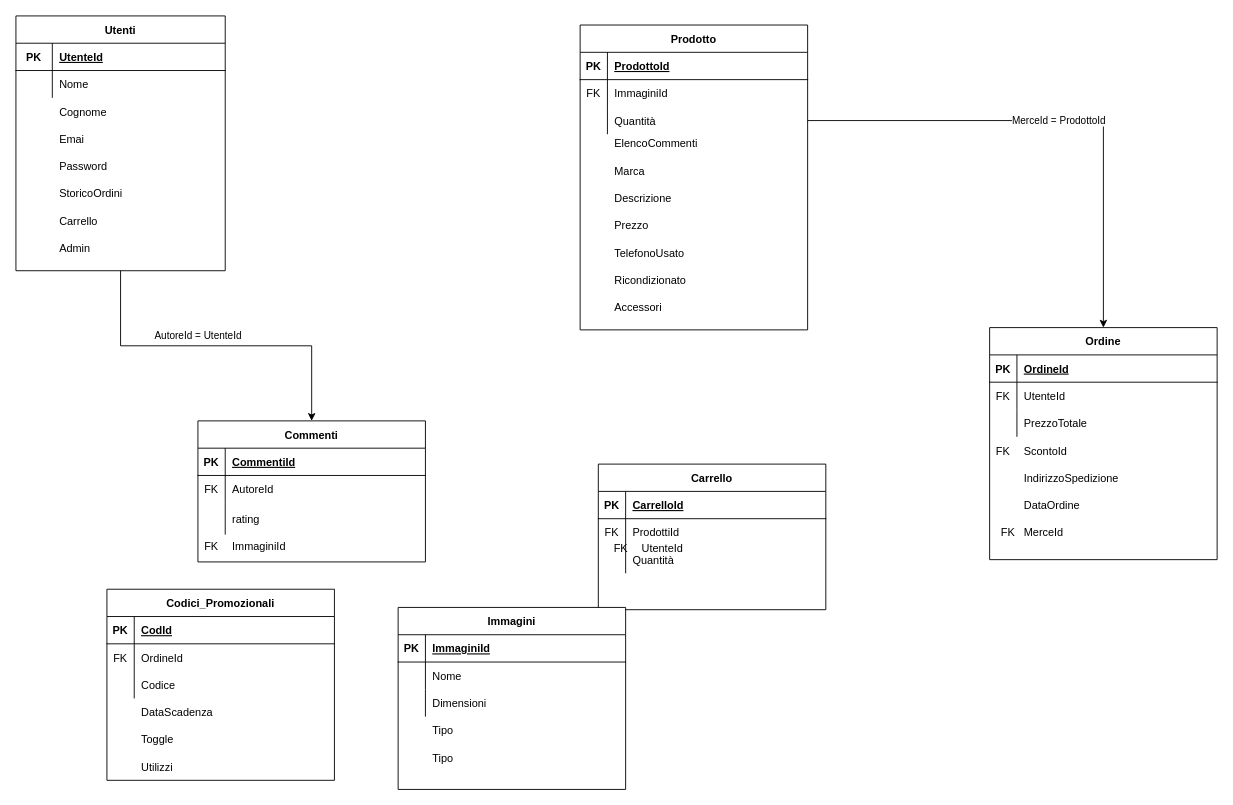
Before: database.drawio in doublep21/PearShop, a draw.io diagram. Source tidied: cells renumbered, new cells numbered last; positions are measured from the earlier drawing's top-left corner, leaving out a move shared by most shapes. Both pictures are drawn from the tidied source at 91%, with x=0, y=0 at pixel (15, 15).
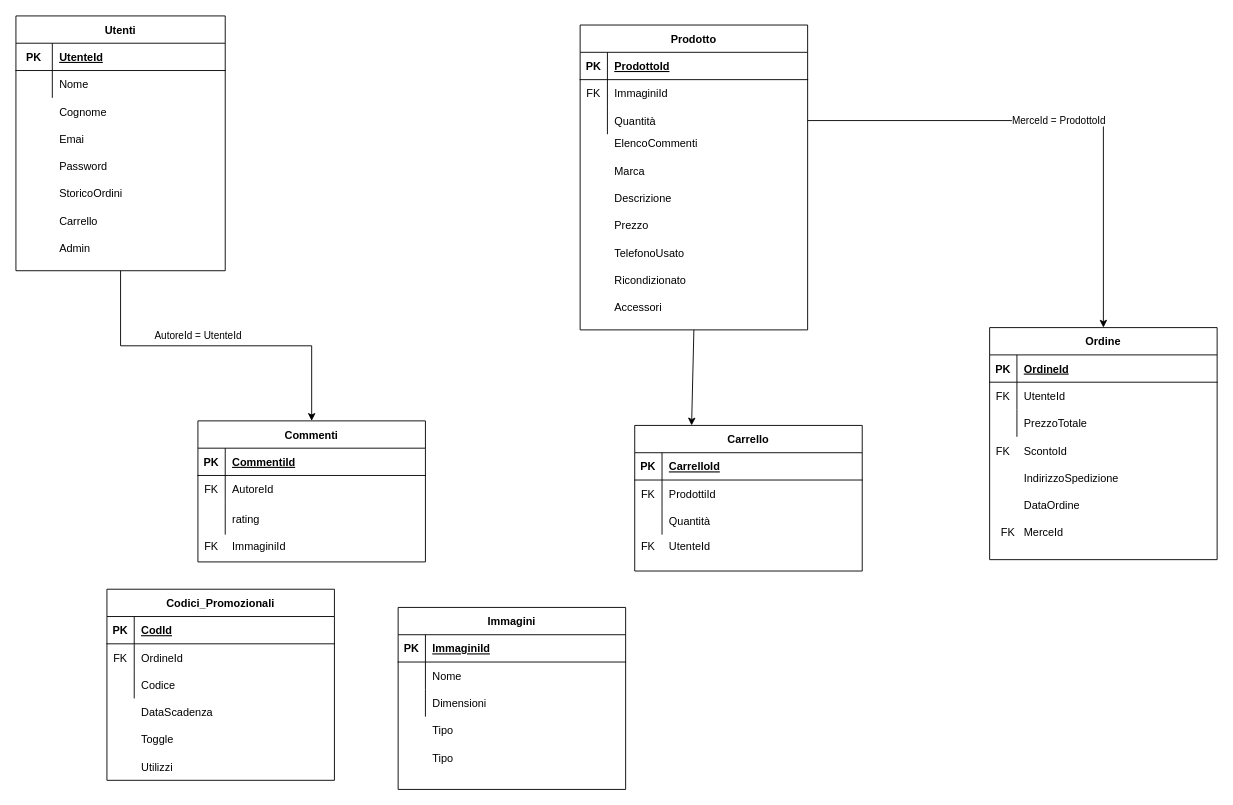
After the change.

Unchanged cells that the change refers to:
```xml
<mxCell id="2" value="Prodotto" style="shape=table;startSize=30;childLayout=tableLayout;rowLines=0;fontStyle=1;align=center;" parent="1" vertex="1">
  <mxGeometry x="620" y="10" width="250" height="335" as="geometry" />
</mxCell>
```

The edit, as a diff of the source:
```diff
@@
+    <mxCell id="115" style="edgeStyle=none;html=1;exitX=0.5;exitY=1;exitDx=0;exitDy=0;entryX=0.25;entryY=0;entryDx=0;entryDy=0;" parent="1" edge="1" source="2" target="42">
+      <mxGeometry relative="1" as="geometry" />
+    </mxCell>
@@
     <mxCell id="42" value="Carrello" style="shape=table;startSize=30;childLayout=tableLayout;rowLines=0;fontStyle=1;align=center;" parent="1" vertex="1">
-      <mxGeometry x="640" y="492.5" width="250" height="160" as="geometry" />
+      <mxGeometry x="680" y="450" width="250" height="160" as="geometry" />
     </mxCell>
@@
     <mxCell id="69" style="shape=partialRectangle;fillColor=none;top=0;left=0;right=0;bottom=0;" parent="1" vertex="1">
-      <mxGeometry x="650" y="570" width="250" height="30" as="geometry" />
+      <mxGeometry x="680" y="567.5" width="250" height="30" as="geometry" />
     </mxCell>
```
